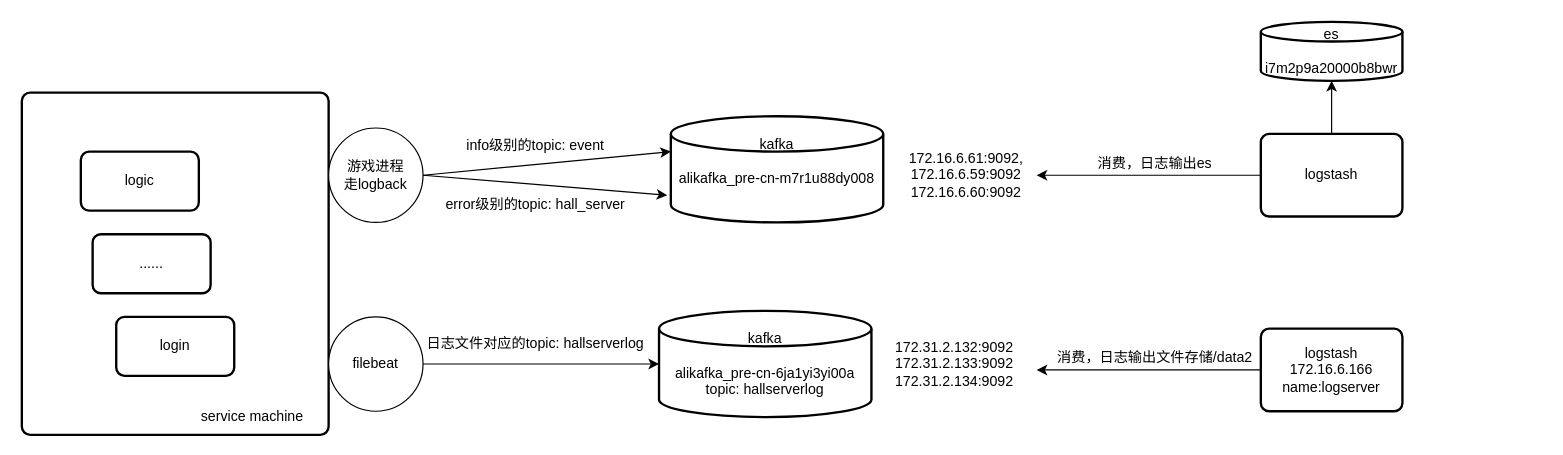
This is SSJJ2/SS2_ELK上报流程.drawio from Ordertiny/graph, a draw.io file, before an edit. Source tidied: cells renumbered, new cells numbered last; positions are measured from the earlier drawing's top-left corner, leaving out a move shared by most shapes. Both pictures are drawn from the tidied source at 118%, with x=0, y=0 at pixel (21, 21).
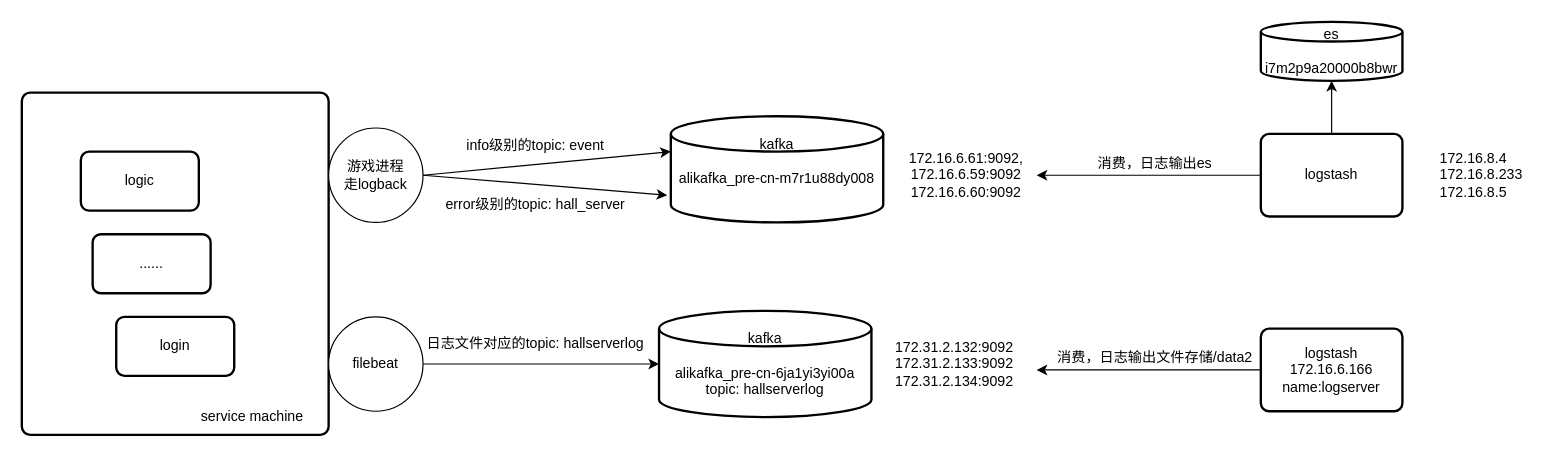
Above is the later version.

Commit message (it also covers changes not shown here):
更新SS2_ELK上报流程.drawio

Change to the diagram source:
```diff
@@
+    <mxCell id="30" value="172.16.8.4&lt;div&gt;172.16.8.233&lt;/div&gt;&lt;div&gt;172.16.8.5&lt;/div&gt;" style="text;html=1;align=left;verticalAlign=middle;strokeColor=none;fillColor=none;" parent="1" vertex="1">
+      <mxGeometry x="1200" y="100" width="90" height="60" as="geometry" />
+    </mxCell>
```
